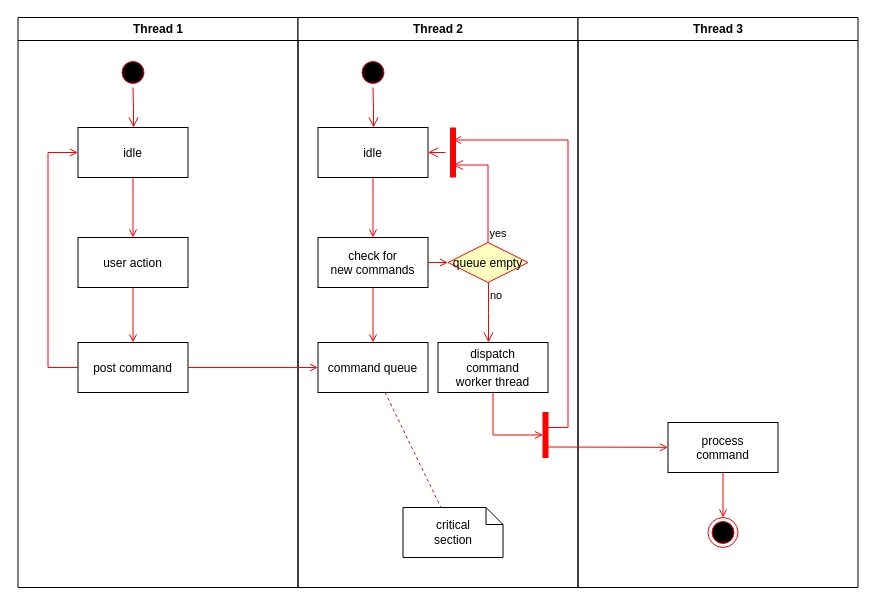
jocelinmacias/CS5393-002 keeps this draw.io diagram as Untitled Diagram.drawio. Above is the earlier version. Source tidied: cells renumbered, new cells numbered last; positions are measured from the earlier drawing's top-left corner, leaving out a move shared by most shapes. Both pictures are drawn from the tidied source at 100%, with x=0, y=0 at pixel (17, 17).
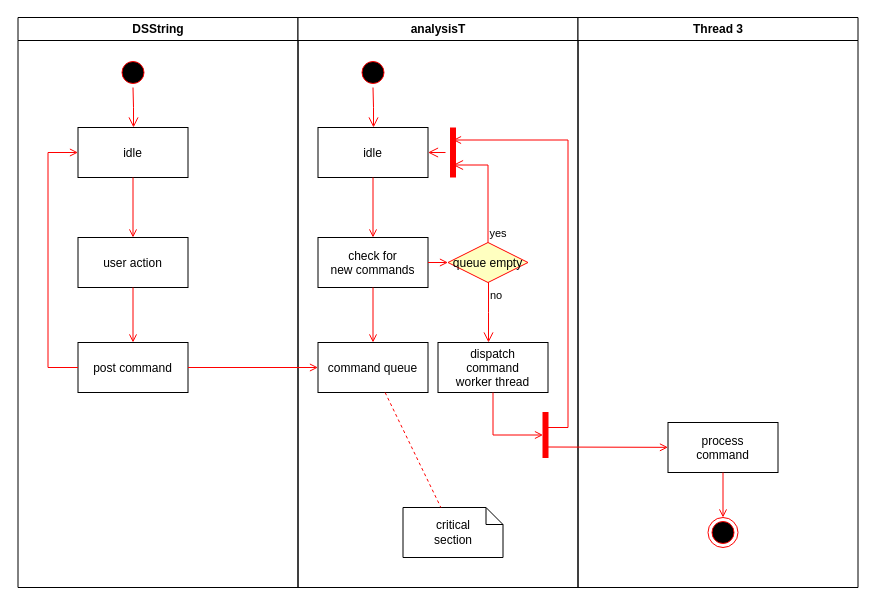
After the change.

The edit, as a diff of the source:
```diff
@@
-    <mxCell id="2" value="Thread 1" style="swimlane;whiteSpace=wrap;" parent="1" vertex="1">
+    <mxCell id="2" value="DSString" style="swimlane;whiteSpace=wrap;" parent="1" vertex="1">
       <mxGeometry x="0.5" width="280" height="570" as="geometry" />
     </mxCell>
@@
-    <mxCell id="11" value="Thread 2" style="swimlane;whiteSpace=wrap;" parent="1" vertex="1">
+    <mxCell id="11" value="analysisT" style="swimlane;whiteSpace=wrap;" parent="1" vertex="1">
       <mxGeometry x="280.5" width="280" height="570" as="geometry" />
     </mxCell>
```
